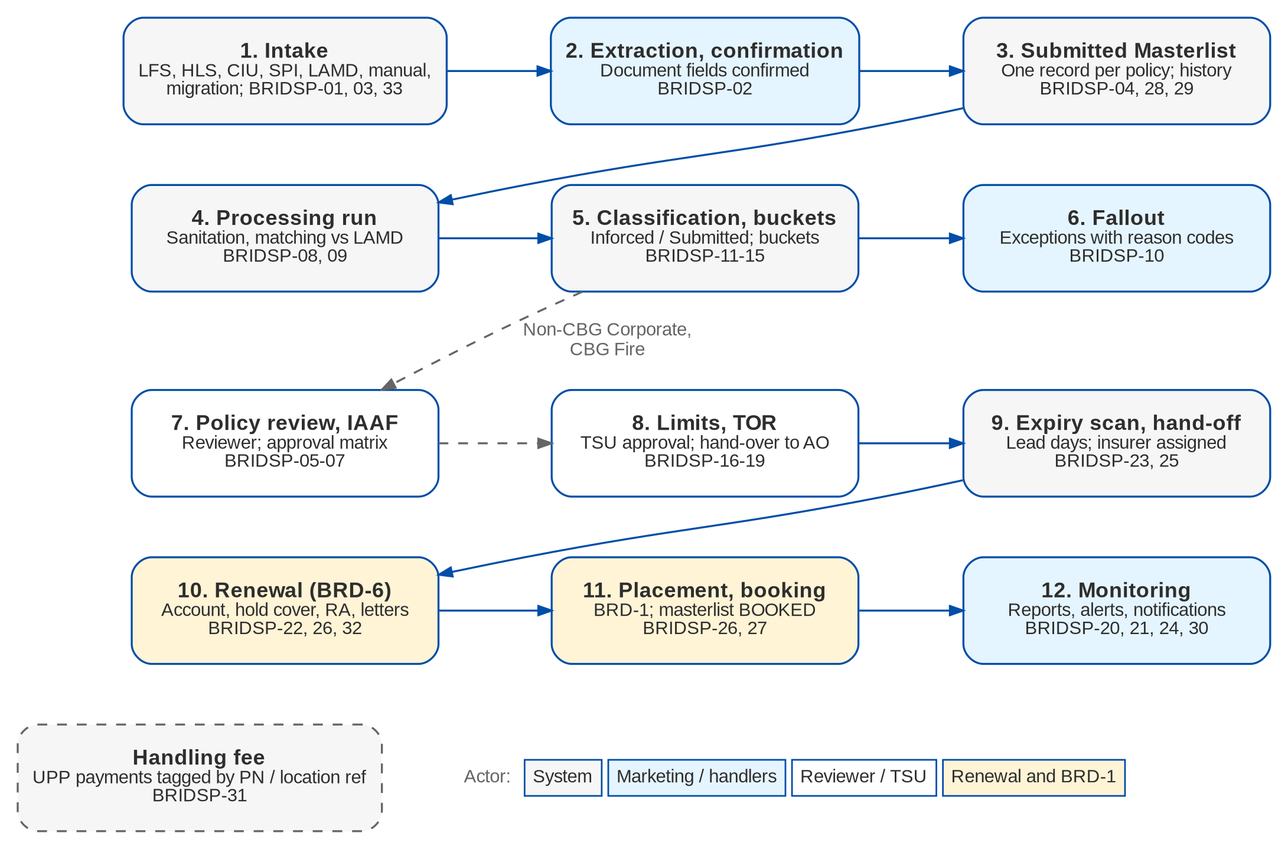
This is docs/deliverables/src/BRD-12_Submitted_Policies/figures/brd12_process_flow.png from IortaTexhNXT-DEV/FinVerse, a Graphviz export, as it was before one commit. Its source is kept beside it as docs/deliverables/src/BRD-12_Submitted_Policies/figures/brd12_process_flow.dot. Source of this version:
```dot
digraph sp_process {
  graph [rankdir=TB, fontname="Arial", nodesep=0.45, ranksep=0.5, bgcolor="white", pad=0.15, newrank=true];
  node  [shape=box, style="rounded,filled", color="@HEADER_BLUE", penwidth=1.2, fontname="Arial",
         fontsize=13, fontcolor="@NEAR_BLACK", width=2.6, height=0.9, margin="0.12,0.06"];
  edge  [color="@HEADER_BLUE", arrowsize=0.8, penwidth=1.2, fontname="Arial", fontsize=11, fontcolor="@MUTED"];

  s1  [label=<<b>1. Intake</b><br/><font point-size="11">LFS, HLS, CIU, SPI, LAMD, manual,<br/>migration; BRIDSP-01, 03, 33</font>>, fillcolor="@DIRTY_WHITE"];
  s2  [label=<<b>2. Extraction, confirmation</b><br/><font point-size="11">Document fields confirmed<br/>BRIDSP-02</font>>, fillcolor="@BG_BLUE"];
  s3  [label=<<b>3. Submitted Masterlist</b><br/><font point-size="11">One record per policy; history<br/>BRIDSP-04, 28, 29</font>>, fillcolor="@DIRTY_WHITE"];
  s4  [label=<<b>4. Processing run</b><br/><font point-size="11">Sanitation, matching vs LAMD<br/>BRIDSP-08, 09</font>>, fillcolor="@DIRTY_WHITE"];
  s5  [label=<<b>5. Classification, buckets</b><br/><font point-size="11">Inforced / Submitted; buckets<br/>BRIDSP-11-15</font>>, fillcolor="@DIRTY_WHITE"];
  s6  [label=<<b>6. Fallout</b><br/><font point-size="11">Exceptions with reason codes<br/>BRIDSP-10</font>>, fillcolor="@BG_BLUE"];
  s7  [label=<<b>7. Policy review, IAAF</b><br/><font point-size="11">Reviewer; approval matrix<br/>BRIDSP-05-07</font>>, fillcolor="@WHITE"];
  s8  [label=<<b>8. Limits, TOR</b><br/><font point-size="11">TSU approval; hand-over to AO<br/>BRIDSP-16-19</font>>, fillcolor="@WHITE"];
  s9  [label=<<b>9. Expiry scan, hand-off</b><br/><font point-size="11">Lead days; insurer assigned<br/>BRIDSP-23, 25</font>>, fillcolor="@DIRTY_WHITE"];
  s10 [label=<<b>10. Renewal (BRD-6)</b><br/><font point-size="11">Account, hold cover, RA, letters<br/>BRIDSP-22, 26, 32</font>>, fillcolor="@AMBER_BG"];
  s11 [label=<<b>11. Placement, booking</b><br/><font point-size="11">BRD-1; masterlist BOOKED<br/>BRIDSP-26, 27</font>>, fillcolor="@AMBER_BG"];
  s12 [label=<<b>12. Monitoring</b><br/><font point-size="11">Reports, alerts, notifications<br/>BRIDSP-20, 21, 24, 30</font>>, fillcolor="@BG_BLUE"];
  hf  [label=<<b>Handling fee</b><br/><font point-size="11">UPP payments tagged by PN / location ref<br/>BRIDSP-31</font>>, fillcolor="@DIRTY_WHITE", color="@MUTED", style="rounded,dashed,filled"];

  { rank=same; s1; s2; s3; }
  { rank=same; s4; s5; s6; }
  { rank=same; s7; s8; s9; }
  { rank=same; s10; s11; s12; }
  s1 -> s4 -> s7 -> s10 [style=invis, weight=10];
  s2 -> s5 -> s8 -> s11 [style=invis, weight=10];
  s3 -> s6 -> s9 -> s12 [style=invis, weight=10];

  s1 -> s2 -> s3;
  s3 -> s4 [constraint=false];
  s4 -> s5 -> s6;
  s5 -> s7 [constraint=false, style=dashed, color="@MUTED", label=" Non-CBG Corporate,\n CBG Fire"];
  s7 -> s8 [style=dashed, color="@MUTED"];
  s8 -> s9;
  s9 -> s10 [constraint=false];
  s10 -> s11 -> s12;

  legend [shape=plaintext, style="", label=<
    <table border="0" cellborder="1" cellspacing="4" cellpadding="4">
      <tr>
        <td border="0"><font point-size="11" color="@MUTED">Actor:</font></td>
        <td bgcolor="@DIRTY_WHITE" color="@HEADER_BLUE"><font point-size="11">System</font></td>
        <td bgcolor="@BG_BLUE" color="@HEADER_BLUE"><font point-size="11">Marketing / handlers</font></td>
        <td bgcolor="@WHITE" color="@HEADER_BLUE"><font point-size="11">Reviewer / TSU</font></td>
        <td bgcolor="@AMBER_BG" color="@HEADER_BLUE"><font point-size="11">Renewal and BRD-1</font></td>
      </tr>
    </table>>];
  { rank=same; hf; legend; }
  s10 -> hf [style=invis];
  s11 -> legend [style=invis];
}
```
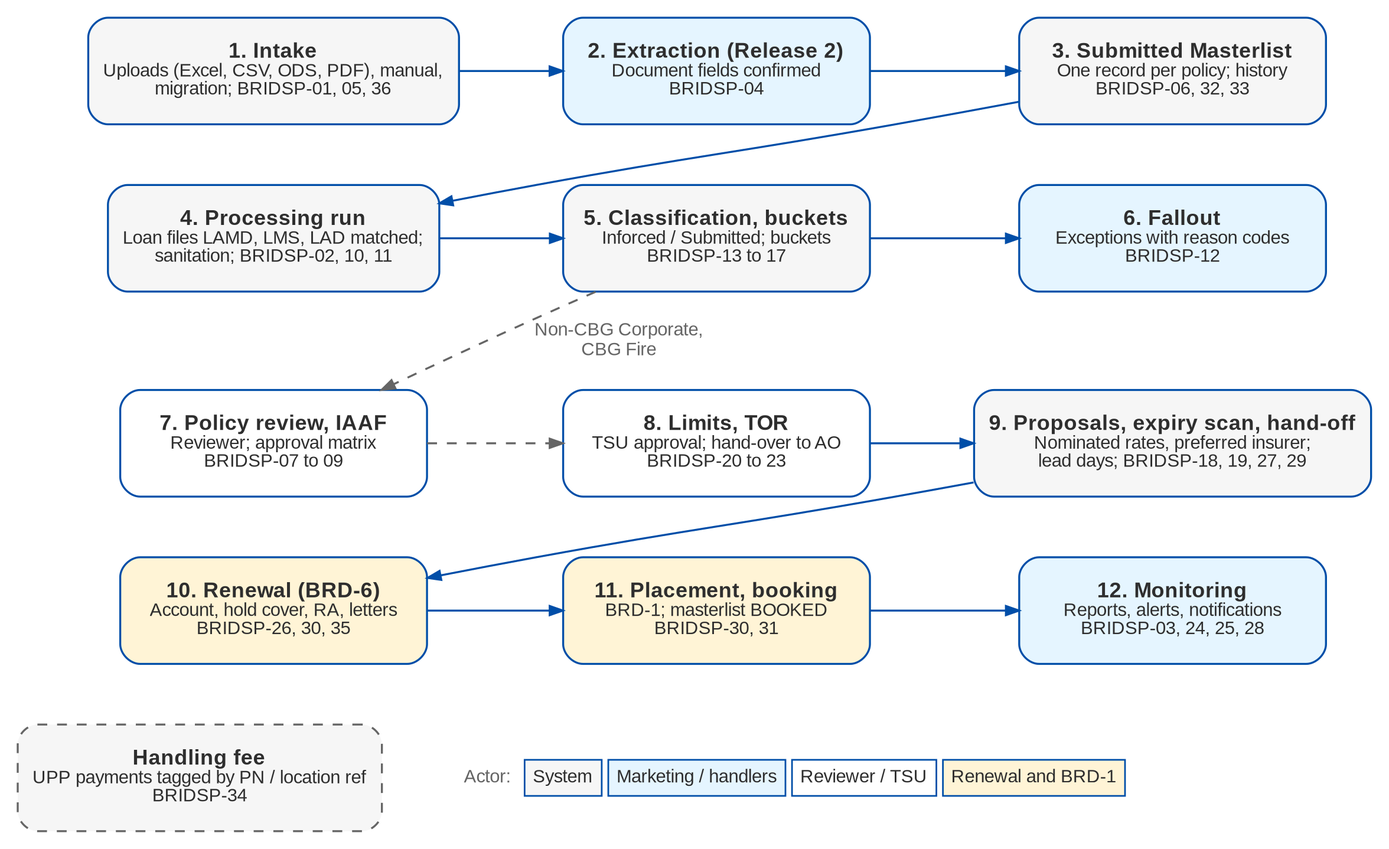
The same file after the commit.

What changed in the source:
```diff
@@ -4,19 +4,19 @@
          fontsize=13, fontcolor="@NEAR_BLACK", width=2.6, height=0.9, margin="0.12,0.06"];
   edge  [color="@HEADER_BLUE", arrowsize=0.8, penwidth=1.2, fontname="Arial", fontsize=11, fontcolor="@MUTED"];
 
-  s1  [label=<<b>1. Intake</b><br/><font point-size="11">LFS, HLS, CIU, SPI, LAMD, manual,<br/>migration; BRIDSP-01, 03, 33</font>>, fillcolor="@DIRTY_WHITE"];
-  s2  [label=<<b>2. Extraction, confirmation</b><br/><font point-size="11">Document fields confirmed<br/>BRIDSP-02</font>>, fillcolor="@BG_BLUE"];
-  s3  [label=<<b>3. Submitted Masterlist</b><br/><font point-size="11">One record per policy; history<br/>BRIDSP-04, 28, 29</font>>, fillcolor="@DIRTY_WHITE"];
-  s4  [label=<<b>4. Processing run</b><br/><font point-size="11">Sanitation, matching vs LAMD<br/>BRIDSP-08, 09</font>>, fillcolor="@DIRTY_WHITE"];
-  s5  [label=<<b>5. Classification, buckets</b><br/><font point-size="11">Inforced / Submitted; buckets<br/>BRIDSP-11-15</font>>, fillcolor="@DIRTY_WHITE"];
-  s6  [label=<<b>6. Fallout</b><br/><font point-size="11">Exceptions with reason codes<br/>BRIDSP-10</font>>, fillcolor="@BG_BLUE"];
-  s7  [label=<<b>7. Policy review, IAAF</b><br/><font point-size="11">Reviewer; approval matrix<br/>BRIDSP-05-07</font>>, fillcolor="@WHITE"];
-  s8  [label=<<b>8. Limits, TOR</b><br/><font point-size="11">TSU approval; hand-over to AO<br/>BRIDSP-16-19</font>>, fillcolor="@WHITE"];
-  s9  [label=<<b>9. Expiry scan, hand-off</b><br/><font point-size="11">Lead days; insurer assigned<br/>BRIDSP-23, 25</font>>, fillcolor="@DIRTY_WHITE"];
-  s10 [label=<<b>10. Renewal (BRD-6)</b><br/><font point-size="11">Account, hold cover, RA, letters<br/>BRIDSP-22, 26, 32</font>>, fillcolor="@AMBER_BG"];
-  s11 [label=<<b>11. Placement, booking</b><br/><font point-size="11">BRD-1; masterlist BOOKED<br/>BRIDSP-26, 27</font>>, fillcolor="@AMBER_BG"];
-  s12 [label=<<b>12. Monitoring</b><br/><font point-size="11">Reports, alerts, notifications<br/>BRIDSP-20, 21, 24, 30</font>>, fillcolor="@BG_BLUE"];
-  hf  [label=<<b>Handling fee</b><br/><font point-size="11">UPP payments tagged by PN / location ref<br/>BRIDSP-31</font>>, fillcolor="@DIRTY_WHITE", color="@MUTED", style="rounded,dashed,filled"];
+  s1  [label=<<b>1. Intake</b><br/><font point-size="11">Uploads (Excel, CSV, ODS, PDF), manual,<br/>migration; BRIDSP-01, 05, 36</font>>, fillcolor="@DIRTY_WHITE"];
+  s2  [label=<<b>2. Extraction (Release 2)</b><br/><font point-size="11">Document fields confirmed<br/>BRIDSP-04</font>>, fillcolor="@BG_BLUE"];
+  s3  [label=<<b>3. Submitted Masterlist</b><br/><font point-size="11">One record per policy; history<br/>BRIDSP-06, 32, 33</font>>, fillcolor="@DIRTY_WHITE"];
+  s4  [label=<<b>4. Processing run</b><br/><font point-size="11">Loan files LAMD, LMS, LAD matched;<br/>sanitation; BRIDSP-02, 10, 11</font>>, fillcolor="@DIRTY_WHITE"];
+  s5  [label=<<b>5. Classification, buckets</b><br/><font point-size="11">Inforced / Submitted; buckets<br/>BRIDSP-13 to 17</font>>, fillcolor="@DIRTY_WHITE"];
+  s6  [label=<<b>6. Fallout</b><br/><font point-size="11">Exceptions with reason codes<br/>BRIDSP-12</font>>, fillcolor="@BG_BLUE"];
+  s7  [label=<<b>7. Policy review, IAAF</b><br/><font point-size="11">Reviewer; approval matrix<br/>BRIDSP-07 to 09</font>>, fillcolor="@WHITE"];
+  s8  [label=<<b>8. Limits, TOR</b><br/><font point-size="11">TSU approval; hand-over to AO<br/>BRIDSP-20 to 23</font>>, fillcolor="@WHITE"];
+  s9  [label=<<b>9. Proposals, expiry scan, hand-off</b><br/><font point-size="11">Nominated rates, preferred insurer;<br/>lead days; BRIDSP-18, 19, 27, 29</font>>, fillcolor="@DIRTY_WHITE"];
+  s10 [label=<<b>10. Renewal (BRD-6)</b><br/><font point-size="11">Account, hold cover, RA, letters<br/>BRIDSP-26, 30, 35</font>>, fillcolor="@AMBER_BG"];
+  s11 [label=<<b>11. Placement, booking</b><br/><font point-size="11">BRD-1; masterlist BOOKED<br/>BRIDSP-30, 31</font>>, fillcolor="@AMBER_BG"];
+  s12 [label=<<b>12. Monitoring</b><br/><font point-size="11">Reports, alerts, notifications<br/>BRIDSP-03, 24, 25, 28</font>>, fillcolor="@BG_BLUE"];
+  hf  [label=<<b>Handling fee</b><br/><font point-size="11">UPP payments tagged by PN / location ref<br/>BRIDSP-34</font>>, fillcolor="@DIRTY_WHITE", color="@MUTED", style="rounded,dashed,filled"];
 
   { rank=same; s1; s2; s3; }
   { rank=same; s4; s5; s6; }
```
